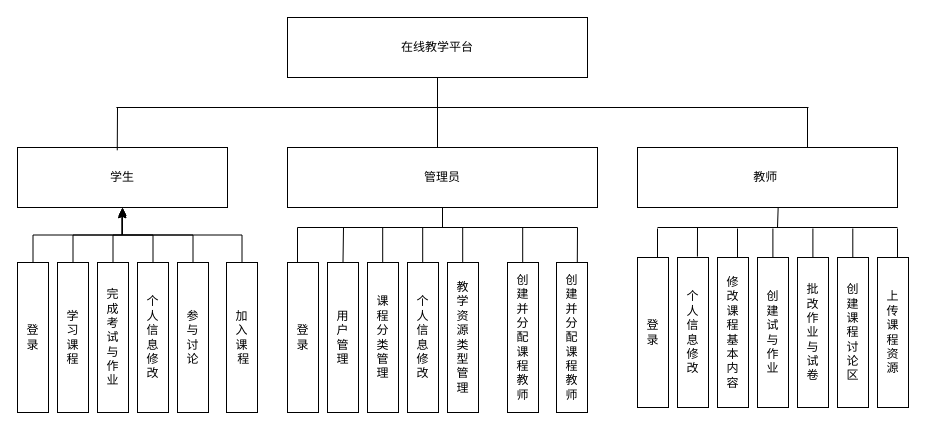
ytrLove/text_repo keeps this draw.io diagram as 功能模块图.drawio. Above is the earlier version. Source tidied: cells renumbered, new cells numbered last; positions are measured from the earlier drawing's top-left corner, leaving out a move shared by most shapes. Both pictures are drawn from the tidied source at 100%, with x=0, y=0 at pixel (17, 17).
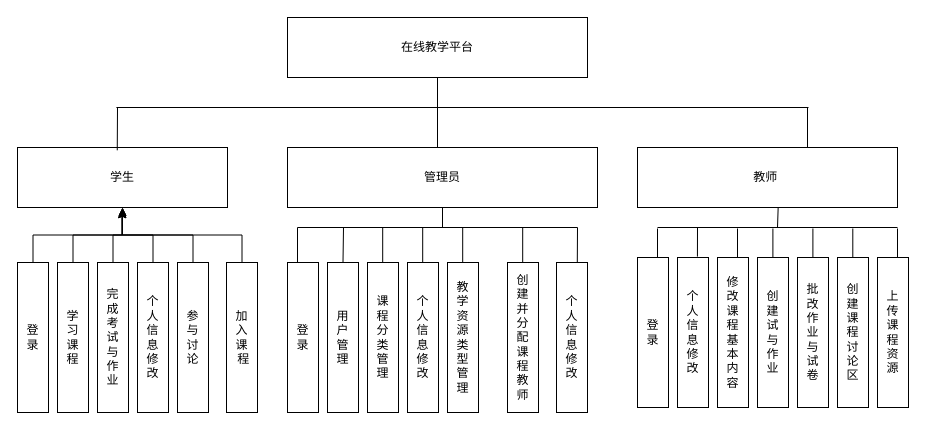
After the change.

Commit message (it also covers changes not shown here):
Update 功能模块图.drawio

Change to the diagram source:
```diff
@@
-    <mxCell id="20" value="创&lt;div&gt;建&lt;/div&gt;&lt;div&gt;并&lt;/div&gt;&lt;div&gt;分&lt;/div&gt;&lt;div&gt;配&lt;/div&gt;&lt;div&gt;课&lt;/div&gt;&lt;div&gt;程&lt;/div&gt;&lt;div&gt;教&lt;/div&gt;&lt;div&gt;师&lt;/div&gt;" style="rounded=0;whiteSpace=wrap;html=1;" parent="1" vertex="1">
+    <mxCell id="20" value="个&lt;div&gt;人&lt;/div&gt;&lt;div&gt;信&lt;div&gt;息&lt;/div&gt;&lt;div&gt;修&lt;div&gt;改&lt;/div&gt;&lt;/div&gt;&lt;/div&gt;" style="rounded=0;whiteSpace=wrap;html=1;" parent="1" vertex="1">
       <mxGeometry x="539" y="245" width="31" height="150" as="geometry" />
     </mxCell>
```
